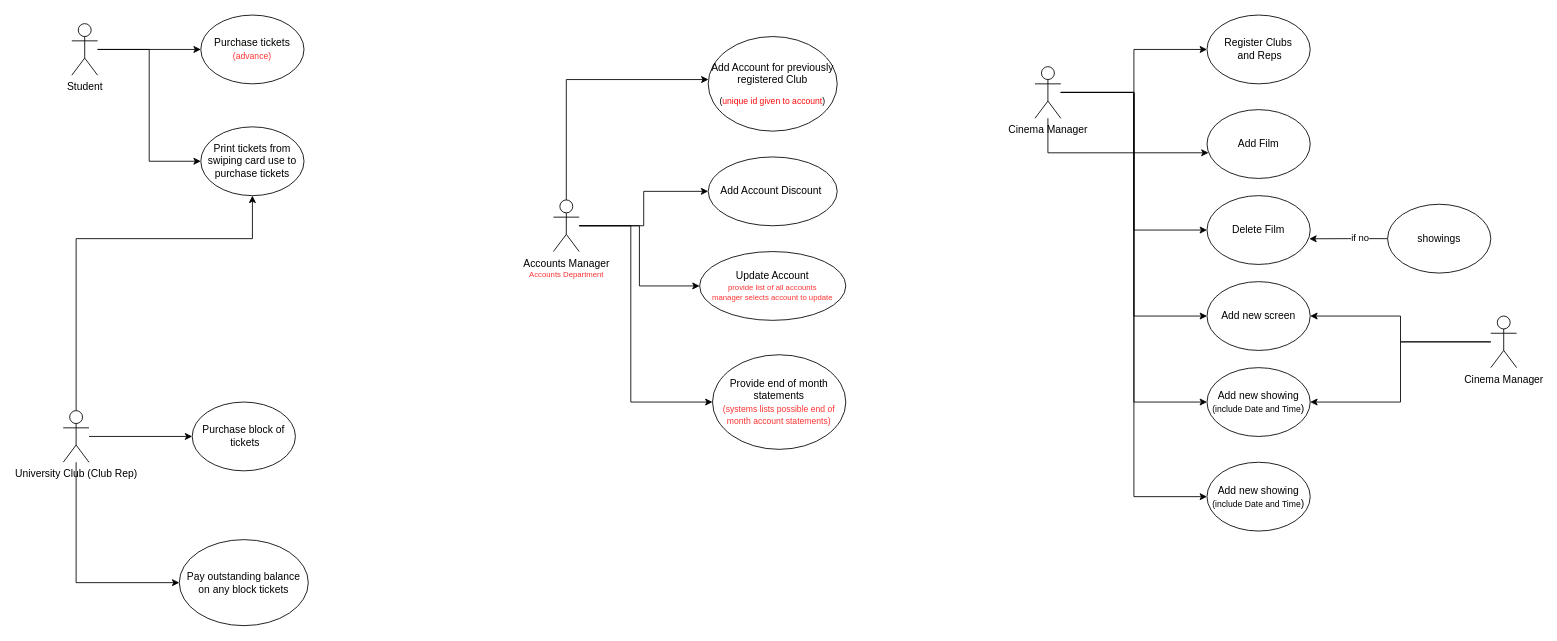
Earlier version of the draw.io diagram diagrams/uwe-flix-useCase.drawio (je-vargas/django--uwe--flix--es--13). Source tidied: cells renumbered, new cells numbered last; positions are measured from the earlier drawing's top-left corner, leaving out a move shared by most shapes. Both pictures are drawn from the tidied source at 86%, with x=0, y=0 at pixel (63, 15).
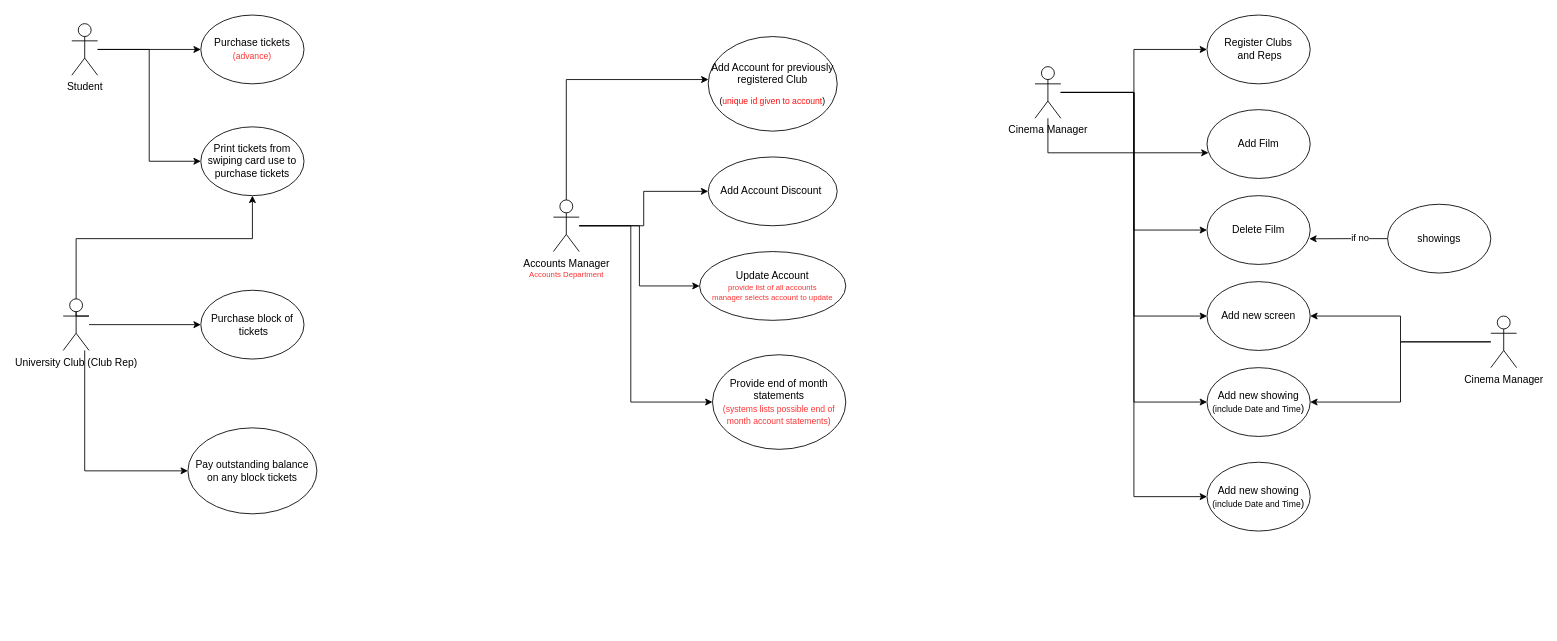
Above is the later version.

Unchanged cells that the change refers to:
```xml
<mxCell id="38" value="Print tickets from swiping card use to purchase tickets" style="ellipse;whiteSpace=wrap;html=1;" parent="1" vertex="1">
  <mxGeometry x="160" y="130" width="120" height="80" as="geometry" />
</mxCell>
```

Diff of the diagram source:
```diff
@@
-    <mxCell id="13" style="edgeStyle=orthogonalEdgeStyle;rounded=0;jettySize=auto;html=1;fontSize=10;fontColor=#FF3333;" parent="1" edge="1" source="15" target="38">
+    <mxCell id="13" style="edgeStyle=orthogonalEdgeStyle;rounded=0;jettySize=auto;html=1;fontSize=10;fontColor=#FF3333;exitX=1;exitY=0.3333333333333333;exitDx=0;exitDy=0;exitPerimeter=0;" parent="1" edge="1" source="15" target="38">
       <mxGeometry relative="1" as="geometry">
         <Array as="points">
+          <mxPoint x="15" y="350" />
           <mxPoint x="15" y="260" />
           <mxPoint x="220" y="260" />
         </Array>
       </mxGeometry>
     </mxCell>
     <mxCell id="14" style="edgeStyle=orthogonalEdgeStyle;rounded=0;jettySize=auto;html=1;entryX=0;entryY=0.5;entryDx=0;entryDy=0;fontSize=10;fontColor=#FF3333;" parent="1" edge="1" source="15" target="39">
       <mxGeometry relative="1" as="geometry">
         <Array as="points">
-          <mxPoint x="15" y="660" />
+          <mxPoint x="25" y="530" />
         </Array>
       </mxGeometry>
     </mxCell>
     <mxCell id="15" value="University Club (Club Rep)" style="shape=umlActor;verticalLabelPosition=bottom;verticalAlign=top;html=1;outlineConnect=0;" parent="1" vertex="1">
-      <mxGeometry y="460" width="30" height="60" as="geometry" />
+      <mxGeometry y="330" width="30" height="60" as="geometry" />
     </mxCell>
@@
     <mxCell id="17" value="Purchase block of&lt;br&gt;&amp;nbsp;tickets" style="ellipse;whiteSpace=wrap;html=1;" parent="1" vertex="1">
-      <mxGeometry x="150" y="450" width="120" height="80" as="geometry" />
+      <mxGeometry x="160" y="320" width="120" height="80" as="geometry" />
     </mxCell>
@@
     <mxCell id="39" value="Pay outstanding balance on any block tickets" style="ellipse;whiteSpace=wrap;html=1;" parent="1" vertex="1">
-      <mxGeometry x="135" y="610" width="150" height="100" as="geometry" />
+      <mxGeometry x="145" y="480" width="150" height="100" as="geometry" />
     </mxCell>
```
